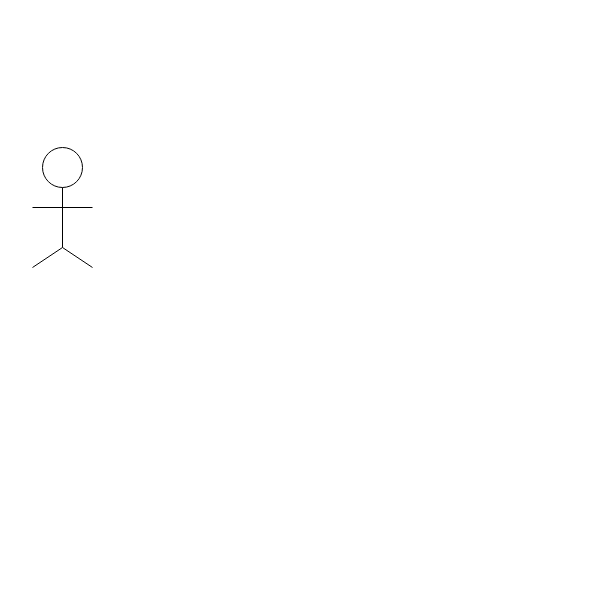
This is Untitled Diagram.drawio from Manh-Truong/Draw.io, a draw.io file, before an edit. Source tidied: cells renumbered, new cells numbered last; positions are measured from the earlier drawing's top-left corner, leaving out a move shared by most shapes. Both pictures are drawn from the tidied source at 100%, with x=0, y=0 at pixel (32, 147).
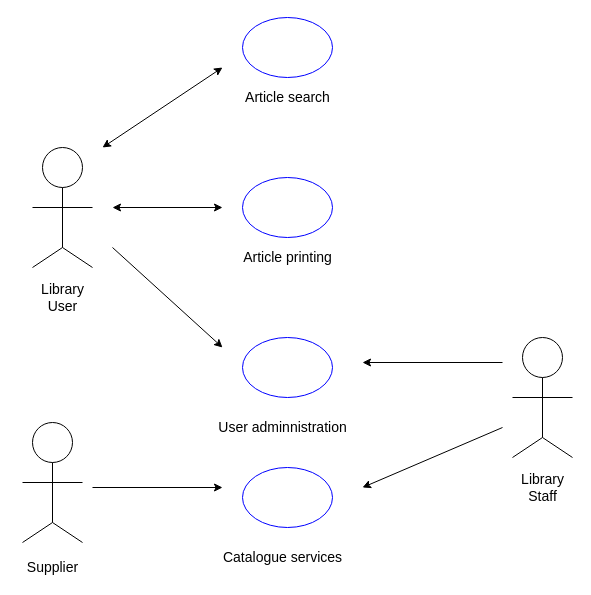
Above is the later version.

Diff of the diagram source:
```diff
@@
+    <mxCell id="7" style="endArrow=classic;startArrow=classic;html=1;rounded=0;" parent="1" edge="1">
+      <mxGeometry relative="1" as="geometry">
+        <mxPoint x="70" as="sourcePoint" />
+        <mxPoint x="190" y="-80" as="targetPoint" />
+      </mxGeometry>
+    </mxCell>
+    <mxCell id="8" style="endArrow=classic;startArrow=classic;html=1;rounded=0;" parent="1" edge="1">
+      <mxGeometry relative="1" as="geometry">
+        <mxPoint x="80" y="60" as="sourcePoint" />
+        <mxPoint x="190" y="60" as="targetPoint" />
+      </mxGeometry>
+    </mxCell>
+    <mxCell id="9" style="ellipse;whiteSpace=wrap;html=1;strokeColor=#0000FF;" parent="1" vertex="1">
+      <mxGeometry x="210" y="-130" width="90" height="60" as="geometry" />
+    </mxCell>
+    <mxCell id="10" style="ellipse;whiteSpace=wrap;html=1;strokeColor=#0000FF;" parent="1" vertex="1">
+      <mxGeometry x="210" y="30" width="90" height="60" as="geometry" />
+    </mxCell>
+    <mxCell id="11" style="ellipse;whiteSpace=wrap;html=1;strokeColor=#0000FF;" parent="1" vertex="1">
+      <mxGeometry x="210" y="190" width="90" height="60" as="geometry" />
+    </mxCell>
+    <mxCell id="12" style="endArrow=classic;html=1;rounded=0;" parent="1" edge="1">
+      <mxGeometry relative="1" as="geometry">
+        <mxPoint x="80" y="100" as="sourcePoint" />
+        <mxPoint x="190" y="200" as="targetPoint" />
+      </mxGeometry>
+    </mxCell>
+    <mxCell id="13" value="&lt;font style=&quot;font-size: 14px&quot;&gt;Article search&lt;/font&gt;" style="text;html=1;align=center;verticalAlign=middle;strokeColor=none;fillColor=none;" parent="1" vertex="1">
+      <mxGeometry x="205" y="-60" width="100" height="20" as="geometry" />
+    </mxCell>
+    <mxCell id="14" value="&lt;font style=&quot;font-size: 14px&quot;&gt;Article printing&lt;/font&gt;" style="text;html=1;align=center;verticalAlign=middle;strokeColor=none;fillColor=none;" parent="1" vertex="1">
+      <mxGeometry x="205" y="100" width="100" height="20" as="geometry" />
+    </mxCell>
+    <mxCell id="15" value="&lt;span style=&quot;font-size: 14px&quot;&gt;User adminnistration&lt;/span&gt;" style="text;html=1;align=center;verticalAlign=middle;strokeColor=none;fillColor=none;" parent="1" vertex="1">
+      <mxGeometry x="180" y="270" width="140" height="20" as="geometry" />
+    </mxCell>
+    <mxCell id="16" value="Library&lt;br&gt;User" style="text;html=1;align=center;verticalAlign=middle;strokeColor=none;fillColor=none;fontSize=14;" parent="1" vertex="1">
+      <mxGeometry y="130" width="60" height="40" as="geometry" />
+    </mxCell>
+    <mxCell id="17" style="ellipse;whiteSpace=wrap;html=1;strokeColor=#0000FF;" parent="1" vertex="1">
+      <mxGeometry x="210" y="320" width="90" height="60" as="geometry" />
+    </mxCell>
+    <mxCell id="18" style="ellipse;whiteSpace=wrap;html=1;" parent="1" vertex="1">
+      <mxGeometry x="490" y="190" width="40" height="40" as="geometry" />
+    </mxCell>
+    <mxCell id="19" style="endArrow=none;html=1;rounded=0;" parent="1" edge="1">
+      <mxGeometry relative="1" as="geometry">
+        <mxPoint x="510" y="290" as="sourcePoint" />
+        <mxPoint x="510" y="230" as="targetPoint" />
+      </mxGeometry>
+    </mxCell>
+    <mxCell id="20" style="endArrow=none;html=1;rounded=0;" parent="1" edge="1">
+      <mxGeometry relative="1" as="geometry">
+        <mxPoint x="540" y="250" as="sourcePoint" />
+        <mxPoint x="480" y="250" as="targetPoint" />
+      </mxGeometry>
+    </mxCell>
+    <mxCell id="21" style="endArrow=none;html=1;rounded=0;" parent="1" edge="1">
+      <mxGeometry relative="1" as="geometry">
+        <mxPoint x="510" y="290" as="sourcePoint" />
+        <mxPoint x="480" y="310" as="targetPoint" />
+      </mxGeometry>
+    </mxCell>
+    <mxCell id="22" style="endArrow=none;html=1;rounded=0;" parent="1" edge="1">
+      <mxGeometry relative="1" as="geometry">
+        <mxPoint x="510" y="290" as="sourcePoint" />
+        <mxPoint x="540" y="310" as="targetPoint" />
+      </mxGeometry>
+    </mxCell>
+    <mxCell id="23" style="ellipse;whiteSpace=wrap;html=1;" parent="1" vertex="1">
+      <mxGeometry y="275" width="40" height="40" as="geometry" />
+    </mxCell>
+    <mxCell id="24" style="endArrow=none;html=1;rounded=0;" parent="1" edge="1">
+      <mxGeometry relative="1" as="geometry">
+        <mxPoint x="20" y="375" as="sourcePoint" />
+        <mxPoint x="20" y="315" as="targetPoint" />
+      </mxGeometry>
+    </mxCell>
+    <mxCell id="25" style="endArrow=none;html=1;rounded=0;" parent="1" edge="1">
+      <mxGeometry relative="1" as="geometry">
+        <mxPoint x="50" y="335" as="sourcePoint" />
+        <mxPoint x="-10" y="335" as="targetPoint" />
+      </mxGeometry>
+    </mxCell>
+    <mxCell id="26" style="endArrow=none;html=1;rounded=0;" parent="1" edge="1">
+      <mxGeometry relative="1" as="geometry">
+        <mxPoint x="20" y="375" as="sourcePoint" />
+        <mxPoint x="-10" y="395" as="targetPoint" />
+      </mxGeometry>
+    </mxCell>
+    <mxCell id="27" style="endArrow=none;html=1;rounded=0;" parent="1" edge="1">
+      <mxGeometry relative="1" as="geometry">
+        <mxPoint x="20" y="375" as="sourcePoint" />
+        <mxPoint x="50" y="395" as="targetPoint" />
+      </mxGeometry>
+    </mxCell>
+    <mxCell id="28" style="endArrow=classic;html=1;rounded=0;fontSize=14;" parent="1" edge="1">
+      <mxGeometry relative="1" as="geometry">
+        <mxPoint x="60" y="340" as="sourcePoint" />
+        <mxPoint x="190" y="340" as="targetPoint" />
+      </mxGeometry>
+    </mxCell>
+    <mxCell id="29" style="endArrow=classic;html=1;rounded=0;fontSize=14;" parent="1" edge="1">
+      <mxGeometry relative="1" as="geometry">
+        <mxPoint x="470" y="280" as="sourcePoint" />
+        <mxPoint x="330" y="340" as="targetPoint" />
+      </mxGeometry>
+    </mxCell>
+    <mxCell id="30" style="endArrow=classic;html=1;rounded=0;fontSize=14;" parent="1" edge="1">
+      <mxGeometry relative="1" as="geometry">
+        <mxPoint x="470" y="215" as="sourcePoint" />
+        <mxPoint x="330" y="215" as="targetPoint" />
+      </mxGeometry>
+    </mxCell>
+    <mxCell id="31" value="Library&lt;br&gt;Staff" style="text;html=1;align=center;verticalAlign=middle;strokeColor=none;fillColor=none;fontSize=14;" parent="1" vertex="1">
+      <mxGeometry x="480" y="320" width="60" height="40" as="geometry" />
+    </mxCell>
+    <mxCell id="32" value="Supplier" style="text;html=1;align=center;verticalAlign=middle;strokeColor=none;fillColor=none;fontSize=14;" parent="1" vertex="1">
+      <mxGeometry x="-15" y="410" width="70" height="20" as="geometry" />
+    </mxCell>
+    <mxCell id="33" value="&lt;span style=&quot;font-size: 14px&quot;&gt;Catalogue services&lt;/span&gt;" style="text;html=1;align=center;verticalAlign=middle;strokeColor=none;fillColor=none;" parent="1" vertex="1">
+      <mxGeometry x="185" y="400" width="130" height="20" as="geometry" />
+    </mxCell>
```
